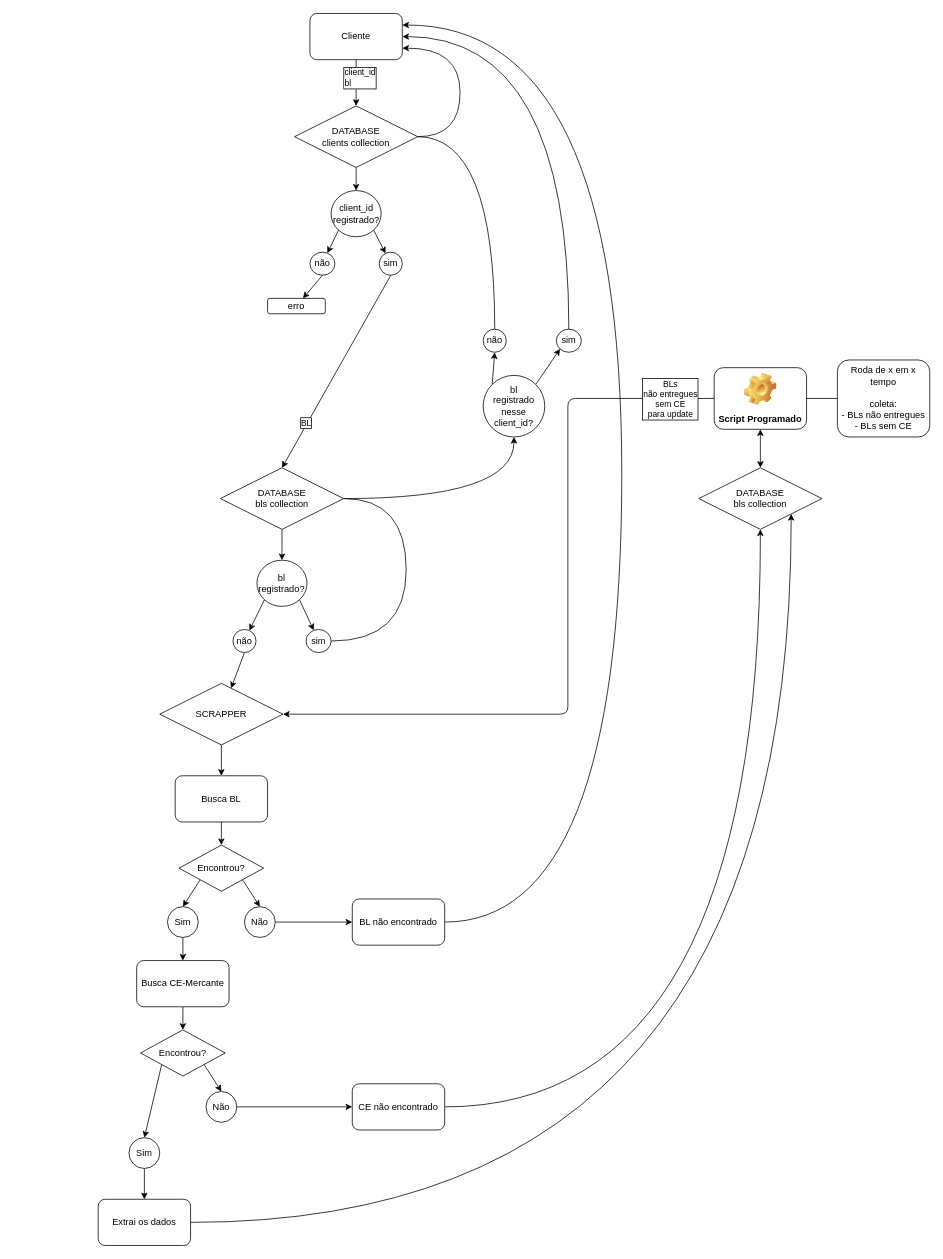
ivanrff/bcx-scraper keeps this draw.io diagram as page "Page-1" (1 of 2) of scraper.drawio. Above is the earlier version. Source tidied: cells renumbered, new cells numbered last; positions are measured from the earlier drawing's top-left corner, leaving out a move shared by most shapes. Both pictures are drawn from the tidied source at 77%, with x=0, y=0 at pixel (98, 13).
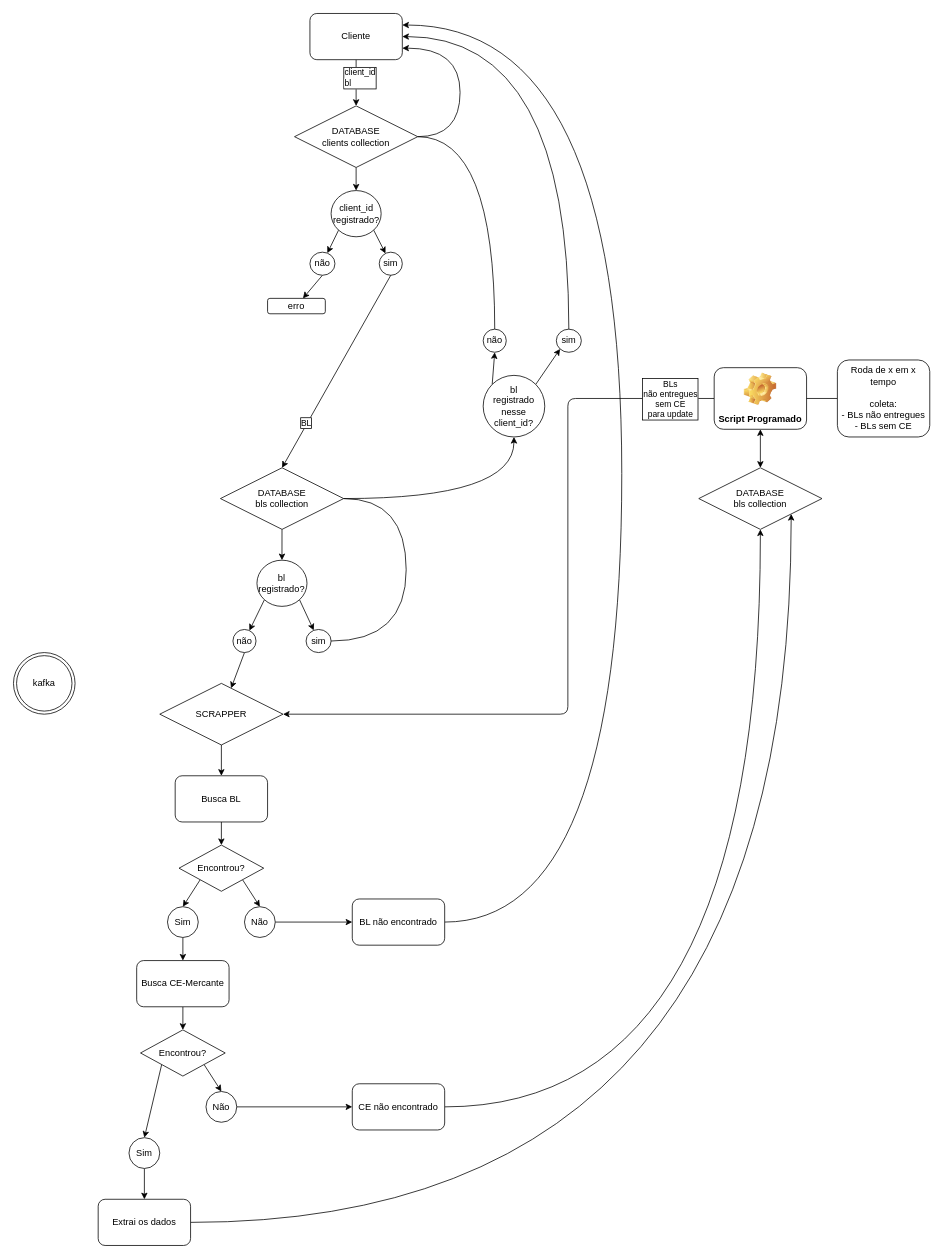
Above is the later version.

Commit message (it also covers changes not shown here):
scraper-api funcionando

Diff of the diagram source:
```diff
@@
+    <mxCell id="67" value="kafka" style="ellipse;shape=doubleEllipse;whiteSpace=wrap;html=1;" parent="1" vertex="1">
+      <mxGeometry x="-110" y="830" width="80" height="80" as="geometry" />
+    </mxCell>
```
